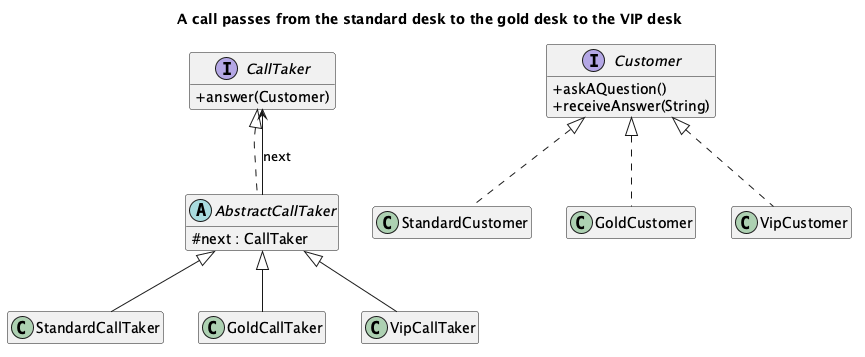
The PlantUML diagram src/main/java/dev/kaldiroglu/dp/behavioral/chainOfResponsibility/callCenter/uml/Chain of Responsibility - Call Center - Class Diagram.png in kaldiroglu/DesignPatternsWithJava, before a commit. Source of this version:
```plantuml
@startuml "Chain of Responsibility - Call Center - Class Diagram"
skinparam classAttributeIconSize 0
hide empty members
title A call passes from the standard desk to the gold desk to the VIP desk
interface CallTaker {
  + answer(Customer)
}
abstract class AbstractCallTaker {
  # next : CallTaker
}
class StandardCallTaker
class GoldCallTaker
class VipCallTaker
interface Customer {
  + askAQuestion()
  + receiveAnswer(String)
}
class StandardCustomer
class GoldCustomer
class VipCustomer
CallTaker <|.. AbstractCallTaker
AbstractCallTaker <|-- StandardCallTaker
AbstractCallTaker <|-- GoldCallTaker
AbstractCallTaker <|-- VipCallTaker
AbstractCallTaker --> CallTaker : next
Customer <|.. StandardCustomer
Customer <|.. GoldCustomer
Customer <|.. VipCustomer
@enduml
```
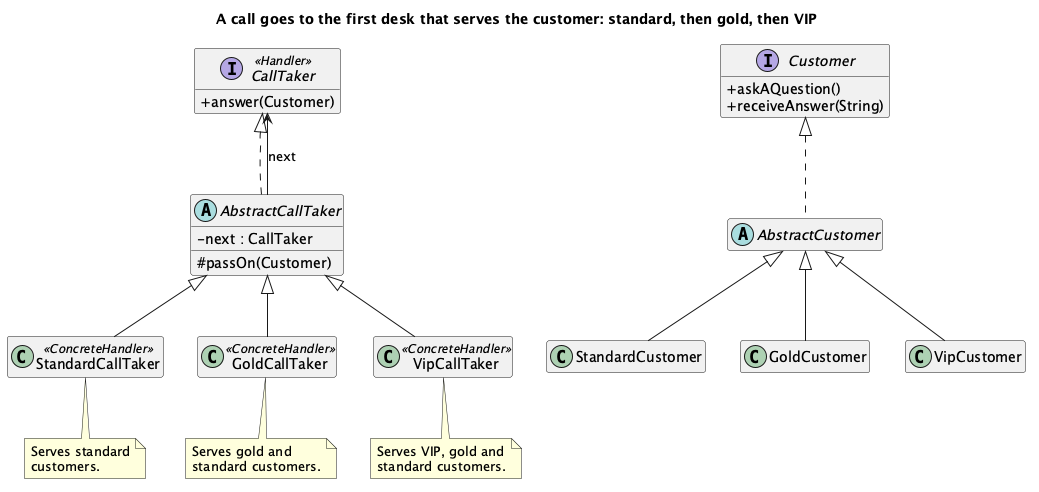
Later version of the same file.

The edit, as a diff of the source:
```diff
@@ -1,20 +1,34 @@
 @startuml "Chain of Responsibility - Call Center - Class Diagram"
 skinparam classAttributeIconSize 0
 hide empty members
-title A call passes from the standard desk to the gold desk to the VIP desk
-interface CallTaker {
+title A call goes to the first desk that serves the customer: standard, then gold, then VIP
+interface CallTaker <<Handler>> {
   + answer(Customer)
 }
 abstract class AbstractCallTaker {
-  # next : CallTaker
+  - next : CallTaker
+  # passOn(Customer)
 }
-class StandardCallTaker
-class GoldCallTaker
-class VipCallTaker
+class StandardCallTaker <<ConcreteHandler>>
+class GoldCallTaker <<ConcreteHandler>>
+class VipCallTaker <<ConcreteHandler>>
+note bottom of StandardCallTaker
+  Serves standard
+  customers.
+end note
+note bottom of GoldCallTaker
+  Serves gold and
+  standard customers.
+end note
+note bottom of VipCallTaker
+  Serves VIP, gold and
+  standard customers.
+end note
 interface Customer {
   + askAQuestion()
   + receiveAnswer(String)
 }
+abstract class AbstractCustomer
 class StandardCustomer
 class GoldCustomer
 class VipCustomer
@@ -23,7 +37,8 @@
 AbstractCallTaker <|-- GoldCallTaker
 AbstractCallTaker <|-- VipCallTaker
 AbstractCallTaker --> CallTaker : next
-Customer <|.. StandardCustomer
-Customer <|.. GoldCustomer
-Customer <|.. VipCustomer
+Customer <|.. AbstractCustomer
+AbstractCustomer <|-- StandardCustomer
+AbstractCustomer <|-- GoldCustomer
+AbstractCustomer <|-- VipCustomer
 @enduml
```
